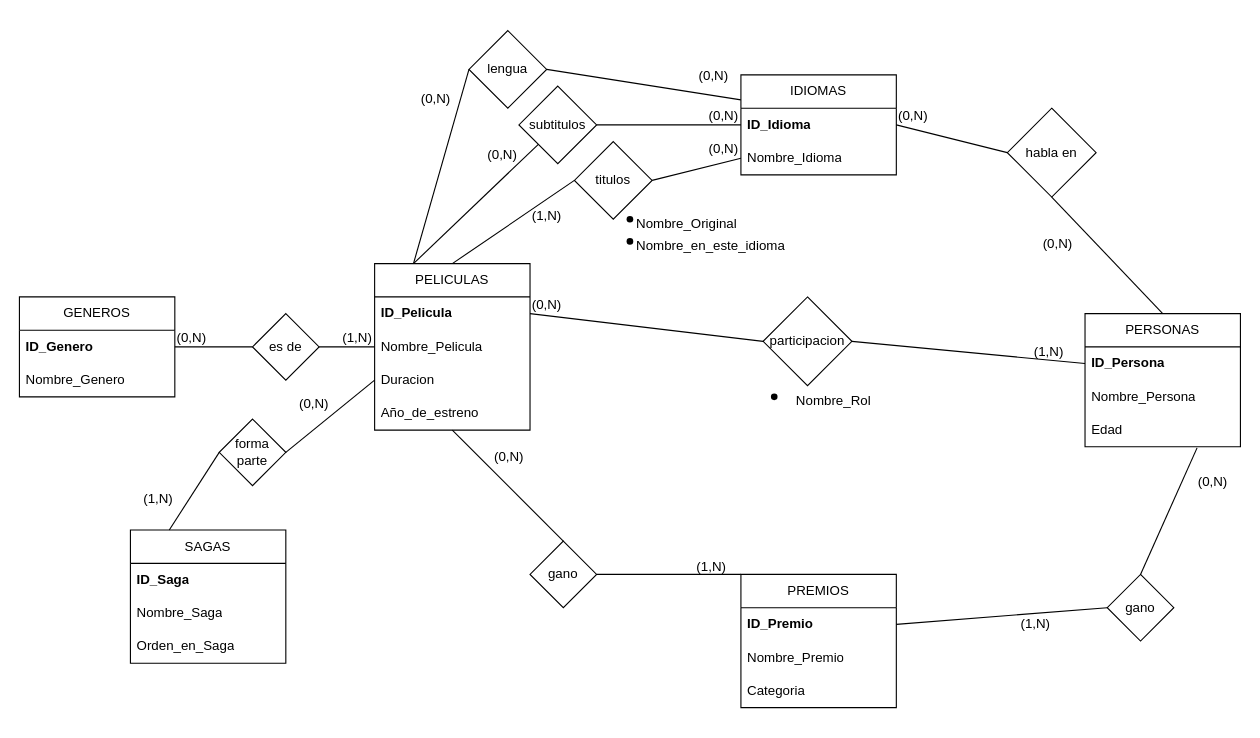
Above: omdb.drawio in kolodani/AUS_Base_de_datos (draw.io), before the change. Source tidied: cells renumbered, new cells numbered last; positions are measured from the earlier drawing's top-left corner, leaving out a move shared by most shapes. Both pictures are drawn from the tidied source at 111%, with x=0, y=0 at pixel (19, 30).
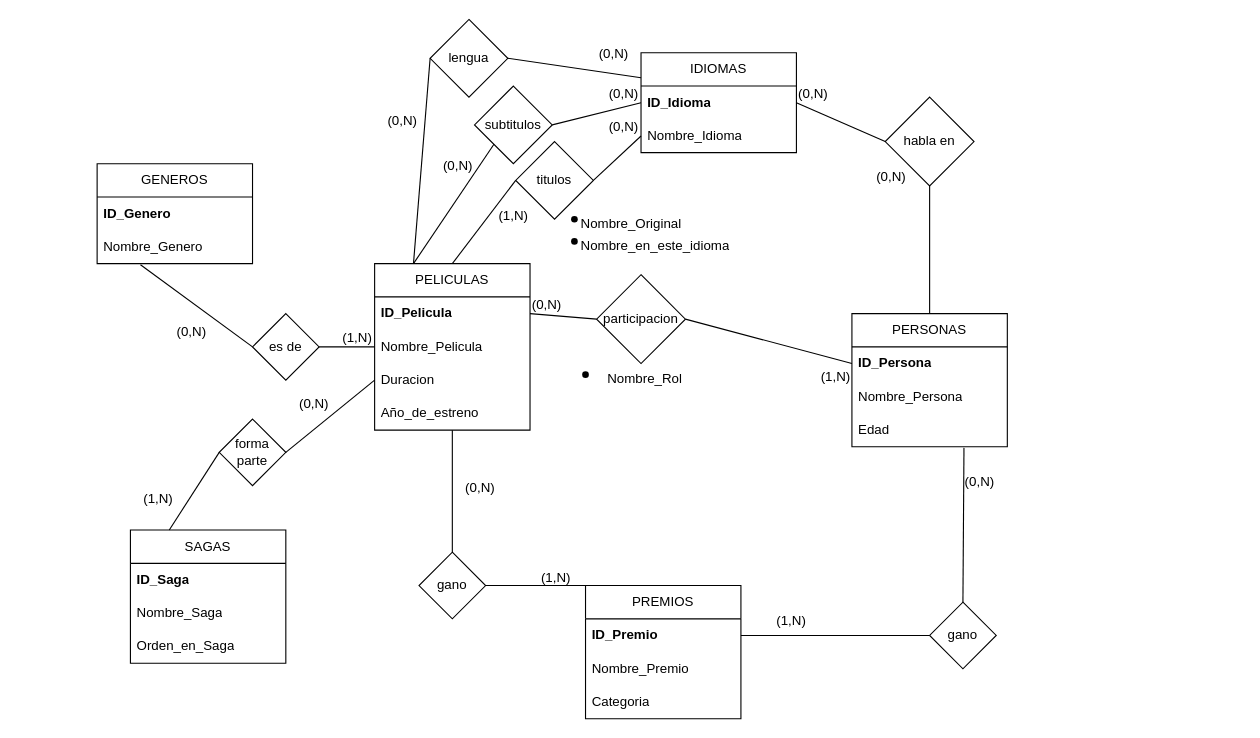
After the change.

Commit message:
finalizacion del DER

The change refers to these unchanged cells:
```xml
<mxCell id="3" value="&lt;b&gt;ID_Genero&lt;/b&gt;&lt;span style=&quot;white-space: pre;&quot;&gt;&#9;&lt;/span&gt;" style="text;strokeColor=none;fillColor=none;align=left;verticalAlign=middle;spacingLeft=4;spacingRight=4;overflow=hidden;points=[[0,0.5],[1,0.5]];portConstraint=eastwest;whiteSpace=wrap;html=1;" parent="2" vertex="1">
  <mxGeometry y="30" width="140" height="30" as="geometry" />
</mxCell>
<mxCell id="4" value="Nombre_Genero" style="text;strokeColor=none;fillColor=none;align=left;verticalAlign=middle;spacingLeft=4;spacingRight=4;overflow=hidden;points=[[0,0.5],[1,0.5]];portConstraint=eastwest;whiteSpace=wrap;html=1;" parent="2" vertex="1">
  <mxGeometry y="60" width="140" height="30" as="geometry" />
</mxCell>
<mxCell id="18" value="es de" style="rhombus;whiteSpace=wrap;html=1;" parent="1" vertex="1">
  <mxGeometry x="210" y="255" width="60" height="60" as="geometry" />
</mxCell>
<mxCell id="34" style="endArrow=none;html=1;rounded=0;entryX=0;entryY=0.5;entryDx=0;entryDy=0;exitX=0.5;exitY=0;exitDx=0;exitDy=0;" parent="1" edge="1" source="5" target="22">
  <mxGeometry relative="1" as="geometry" />
</mxCell>
<mxCell id="38" style="endArrow=none;html=1;rounded=0;entryX=0;entryY=1;entryDx=0;entryDy=0;exitX=0.25;exitY=0;exitDx=0;exitDy=0;" parent="1" edge="1" source="5" target="23">
  <mxGeometry relative="1" as="geometry" />
</mxCell>
<mxCell id="42" style="endArrow=none;html=1;rounded=0;entryX=0.5;entryY=0;entryDx=0;entryDy=0;exitX=0.5;exitY=1;exitDx=0;exitDy=0;" parent="1" edge="1" source="5" target="25">
  <mxGeometry relative="1" as="geometry" />
</mxCell>
<mxCell id="48" style="endArrow=none;html=1;rounded=0;exitX=0.5;exitY=1;exitDx=0;exitDy=0;entryX=0.5;entryY=0;entryDx=0;entryDy=0;" parent="1" edge="1" source="24" target="14">
  <mxGeometry relative="1" as="geometry" />
</mxCell>
<mxCell id="52" style="endArrow=none;html=1;rounded=0;entryX=0;entryY=0.5;entryDx=0;entryDy=0;exitX=1;exitY=0.5;exitDx=0;exitDy=0;" parent="1" edge="1" source="11" target="26">
  <mxGeometry relative="1" as="geometry" />
</mxCell>
<mxCell id="55" style="endArrow=none;html=1;rounded=0;entryX=0;entryY=0.5;entryDx=0;entryDy=0;exitX=0.25;exitY=0;exitDx=0;exitDy=0;" parent="1" edge="1" source="5" target="54">
  <mxGeometry relative="1" as="geometry" />
</mxCell>
<mxCell id="62" style="endArrow=none;html=1;rounded=0;exitX=1;exitY=0.5;exitDx=0;exitDy=0;entryX=0;entryY=0.5;entryDx=0;entryDy=0;" parent="1" edge="1" source="59" target="15">
  <mxGeometry relative="1" as="geometry" />
</mxCell>
```

Change to the diagram source:
```diff
@@
     <mxCell id="2" value="GENEROS" style="swimlane;fontStyle=0;horizontal=1;startSize=30;whiteSpace=wrap;html=1;" parent="1" vertex="1">
-      <mxGeometry y="240" width="140" height="90" as="geometry" />
+      <mxGeometry x="70" y="120" width="140" height="90" as="geometry" />
     </mxCell>
@@
     <mxCell id="10" value="PREMIOS" style="swimlane;fontStyle=0;horizontal=1;startSize=30;whiteSpace=wrap;html=1;" parent="1" vertex="1">
-      <mxGeometry x="650" y="490" width="140" height="120" as="geometry" />
+      <mxGeometry x="510" y="500" width="140" height="120" as="geometry" />
     </mxCell>
@@
     <mxCell id="14" value="PERSONAS" style="swimlane;fontStyle=0;horizontal=1;startSize=30;whiteSpace=wrap;html=1;" parent="1" vertex="1">
-      <mxGeometry x="960" y="255" width="140" height="120" as="geometry" />
+      <mxGeometry x="750" y="255" width="140" height="120" as="geometry" />
     </mxCell>
@@
     <mxCell id="19" value="IDIOMAS" style="swimlane;fontStyle=0;horizontal=1;startSize=30;whiteSpace=wrap;html=1;" parent="1" vertex="1">
-      <mxGeometry x="650" y="40" width="140" height="90" as="geometry" />
+      <mxGeometry x="560" y="20" width="140" height="90" as="geometry" />
     </mxCell>
@@
     <mxCell id="22" value="titulos" style="rhombus;whiteSpace=wrap;html=1;" parent="1" vertex="1">
-      <mxGeometry x="500" y="100" width="70" height="70" as="geometry" />
+      <mxGeometry x="447.1" y="100" width="70" height="70" as="geometry" />
     </mxCell>
     <mxCell id="23" value="&lt;div&gt;subtitulos&lt;/div&gt;" style="rhombus;whiteSpace=wrap;html=1;" parent="1" vertex="1">
-      <mxGeometry x="450" y="50" width="70" height="70" as="geometry" />
+      <mxGeometry x="410" y="50" width="70" height="70" as="geometry" />
     </mxCell>
     <mxCell id="24" value="habla en" style="rhombus;whiteSpace=wrap;html=1;" parent="1" vertex="1">
-      <mxGeometry x="890" y="70" width="80" height="80" as="geometry" />
+      <mxGeometry x="780" y="60" width="80" height="80" as="geometry" />
     </mxCell>
     <mxCell id="25" value="gano" style="rhombus;whiteSpace=wrap;html=1;" parent="1" vertex="1">
-      <mxGeometry x="460" y="460" width="60" height="60" as="geometry" />
+      <mxGeometry x="360" y="470" width="60" height="60" as="geometry" />
     </mxCell>
     <mxCell id="26" value="gano" style="rhombus;whiteSpace=wrap;html=1;" parent="1" vertex="1">
-      <mxGeometry x="980" y="490" width="60" height="60" as="geometry" />
+      <mxGeometry x="820" y="515" width="60" height="60" as="geometry" />
     </mxCell>
-    <mxCell id="27" style="endArrow=none;html=1;rounded=0;exitX=1;exitY=0.5;exitDx=0;exitDy=0;entryX=0;entryY=0.5;entryDx=0;entryDy=0;" parent="1" edge="1" source="3" target="18">
+    <mxCell id="27" style="endArrow=none;html=1;rounded=0;entryX=0;entryY=0.5;entryDx=0;entryDy=0;exitX=0.279;exitY=1.033;exitDx=0;exitDy=0;exitPerimeter=0;" parent="1" edge="1" source="4" target="18">
       <mxGeometry relative="1" as="geometry" />
     </mxCell>
     <mxCell id="28" value="(0,N)" style="html=1;whiteSpace=wrap;align=left;verticalAlign=bottom;" parent="27" vertex="1">
-      <mxGeometry x="-1" relative="1" as="geometry" />
+      <mxGeometry x="-1" relative="1" as="geometry">
+        <mxPoint x="31" y="69" as="offset" />
+      </mxGeometry>
     </mxCell>
@@
     <mxCell id="31" style="group;" parent="1" vertex="1">
-      <mxGeometry x="540" y="160" width="170" height="30" as="geometry" />
+      <mxGeometry x="490" y="160" width="170" height="30" as="geometry" />
     </mxCell>
@@
     <mxCell id="35" value="(1,N)" style="html=1;whiteSpace=wrap;align=left;verticalAlign=bottom;" parent="34" vertex="1">
       <mxGeometry x="-1" relative="1" as="geometry">
-        <mxPoint x="70" y="-35" as="offset" />
+        <mxPoint x="40" y="-35" as="offset" />
       </mxGeometry>
     </mxCell>
@@
     <mxCell id="39" value="(0,N)" style="html=1;whiteSpace=wrap;align=left;verticalAlign=bottom;" parent="38" vertex="1">
       <mxGeometry x="-1" relative="1" as="geometry">
-        <mxPoint x="5" y="-140" as="offset" />
+        <mxPoint x="-25" y="-120" as="offset" />
       </mxGeometry>
     </mxCell>
@@
     <mxCell id="43" value="(0,N)" style="html=1;whiteSpace=wrap;align=left;verticalAlign=bottom;" parent="42" vertex="1">
       <mxGeometry x="-1" relative="1" as="geometry">
-        <mxPoint x="36" y="32" as="offset" />
+        <mxPoint x="10" y="60" as="offset" />
       </mxGeometry>
     </mxCell>
@@
     <mxCell id="49" value="(0,N)" style="html=1;whiteSpace=wrap;align=right;verticalAlign=bottom;" parent="48" vertex="1">
       <mxGeometry x="1" relative="1" as="geometry">
-        <mxPoint x="-80" y="-55" as="offset" />
+        <mxPoint x="-20" y="-115" as="offset" />
       </mxGeometry>
     </mxCell>
@@
     <mxCell id="53" value="(1,N)" style="html=1;whiteSpace=wrap;align=right;verticalAlign=bottom;" parent="52" vertex="1">
       <mxGeometry x="1" relative="1" as="geometry">
-        <mxPoint x="-50" y="23" as="offset" />
+        <mxPoint x="-110" y="-5" as="offset" />
       </mxGeometry>
     </mxCell>
     <mxCell id="54" value="lengua" style="rhombus;whiteSpace=wrap;html=1;" parent="1" vertex="1">
-      <mxGeometry x="405" width="70" height="70" as="geometry" />
+      <mxGeometry x="370" y="-10" width="70" height="70" as="geometry" />
     </mxCell>
@@
     <mxCell id="56" value="(0,N)" style="html=1;whiteSpace=wrap;align=left;verticalAlign=bottom;" parent="55" vertex="1">
       <mxGeometry x="-1" relative="1" as="geometry">
-        <mxPoint x="65" y="-90" as="offset" />
+        <mxPoint x="25" y="-80" as="offset" />
       </mxGeometry>
     </mxCell>
@@
     <mxCell id="59" value="participacion" style="rhombus;whiteSpace=wrap;html=1;" parent="1" vertex="1">
-      <mxGeometry x="670" y="240" width="80" height="80" as="geometry" />
+      <mxGeometry x="520" y="220" width="80" height="80" as="geometry" />
     </mxCell>
@@
     <mxCell id="63" value="(1,N)" style="html=1;whiteSpace=wrap;align=right;verticalAlign=bottom;" parent="62" vertex="1">
       <mxGeometry x="1" relative="1" as="geometry">
-        <mxPoint x="-18" y="-2" as="offset" />
+        <mxPoint y="20" as="offset" />
       </mxGeometry>
     </mxCell>
     <mxCell id="64" style="group;" parent="1" vertex="1">
-      <mxGeometry x="687.1" y="320" width="92.9" height="30" as="geometry" />
+      <mxGeometry x="517.1" y="300" width="92.9" height="30" as="geometry" />
     </mxCell>
@@
     <mxCell id="66" style="shape=waypoint;sketch=0;fillStyle=solid;size=6;fillColor=none;perimeter=centerPerimeter;" parent="1" vertex="1">
-      <mxGeometry x="670" y="320" width="20" height="20" as="geometry" />
+      <mxGeometry x="500" y="300" width="20" height="20" as="geometry" />
     </mxCell>
     <mxCell id="67" value="Nombre_en_este_idioma" style="text;strokeColor=none;fillColor=none;spacingLeft=4;spacingRight=4;overflow=hidden;fontSize=12;whiteSpace=wrap;html=1;" parent="1" vertex="1">
-      <mxGeometry x="550" y="180" width="150" height="30" as="geometry" />
+      <mxGeometry x="500" y="180" width="150" height="30" as="geometry" />
     </mxCell>
     <mxCell id="68" style="shape=waypoint;sketch=0;fillStyle=solid;size=6;fillColor=none;perimeter=centerPerimeter;" parent="1" vertex="1">
-      <mxGeometry x="540" y="180" width="20" height="20" as="geometry" />
+      <mxGeometry x="490" y="180" width="20" height="20" as="geometry" />
     </mxCell>
```
